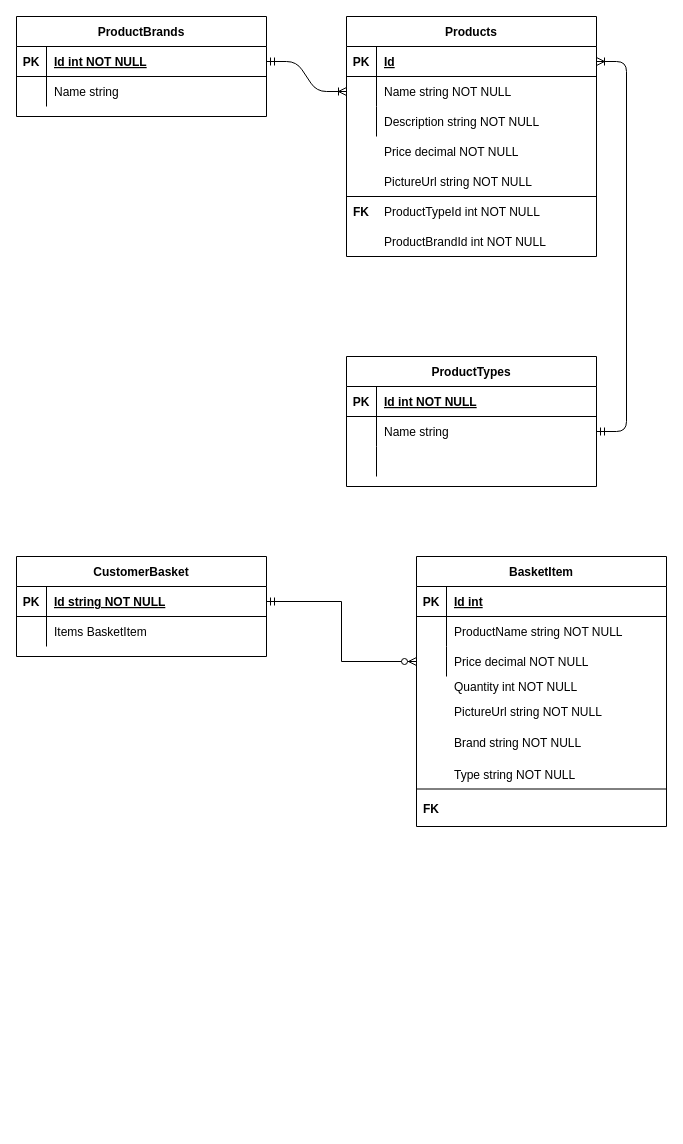
This is ERD.drawio from ngzk999/skinet, a draw.io file, before an edit. Source tidied: cells renumbered, new cells numbered last; positions are measured from the earlier drawing's top-left corner, leaving out a move shared by most shapes. Both pictures are drawn from the tidied source at 100%, with x=0, y=0 at pixel (16, 16).
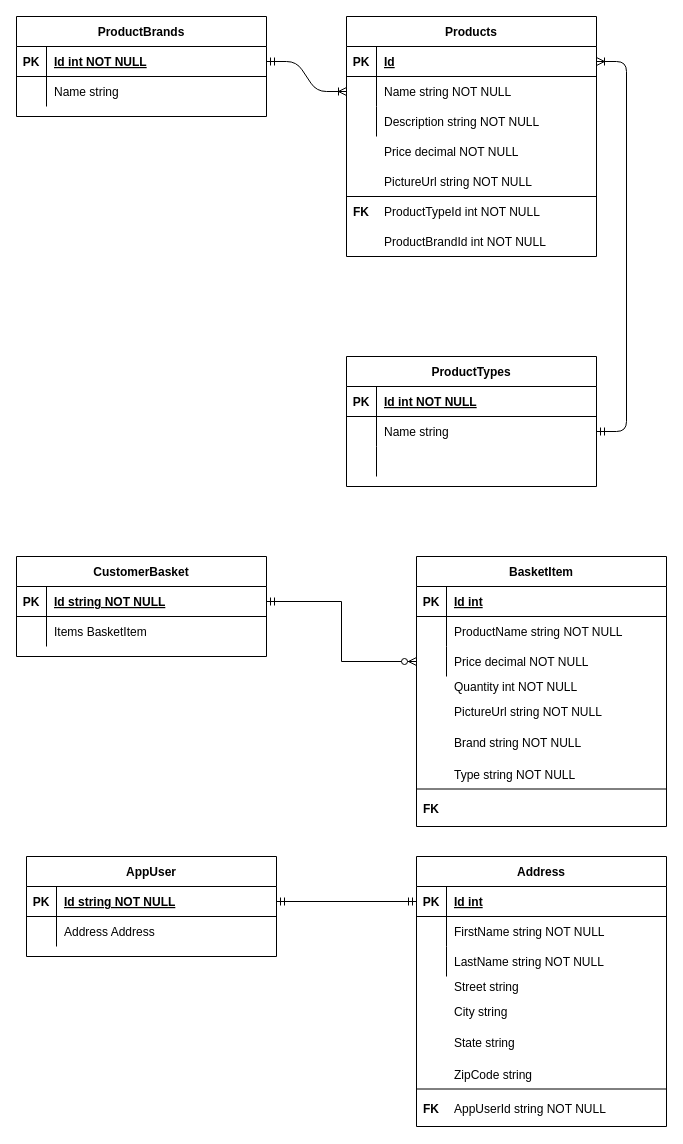
The same diagram, later.

Diff of the diagram source:
```diff
@@
+    <mxCell id="64" value="AppUser" style="shape=table;startSize=30;childLayout=tableLayout;rowLines=0;fontStyle=1;align=center;" parent="1" vertex="1">
+      <mxGeometry x="10" y="840" width="250" height="100" as="geometry" />
+    </mxCell>
+    <mxCell id="65" style="shape=partialRectangle;fillColor=none;points=[[0,0.5],[1,0.5]];portConstraint=eastwest;top=0;left=0;right=0;bottom=1;" parent="64" vertex="1">
+      <mxGeometry y="30" width="250" height="30" as="geometry" />
+    </mxCell>
+    <mxCell id="66" value="PK" style="shape=partialRectangle;overflow=hidden;fillColor=none;top=0;left=0;bottom=0;right=0;fontStyle=1;" parent="65" vertex="1">
+      <mxGeometry width="30" height="30" as="geometry" />
+    </mxCell>
+    <mxCell id="67" value="Id string NOT NULL" style="shape=partialRectangle;overflow=hidden;fillColor=none;top=0;left=0;bottom=0;right=0;align=left;spacingLeft=6;fontStyle=5;" parent="65" vertex="1">
+      <mxGeometry x="30" width="220" height="30" as="geometry" />
+    </mxCell>
+    <mxCell id="68" style="shape=partialRectangle;fillColor=none;top=0;left=0;right=0;bottom=0;" parent="64" vertex="1">
+      <mxGeometry y="60" width="250" height="30" as="geometry" />
+    </mxCell>
+    <mxCell id="69" style="shape=partialRectangle;overflow=hidden;fillColor=none;top=0;left=0;bottom=0;right=0;" parent="68" vertex="1">
+      <mxGeometry width="30" height="30" as="geometry" />
+    </mxCell>
+    <mxCell id="70" value="Address Address" style="shape=partialRectangle;overflow=hidden;fillColor=none;top=0;left=0;bottom=0;right=0;align=left;spacingLeft=6;" parent="68" vertex="1">
+      <mxGeometry x="30" width="220" height="30" as="geometry" />
+    </mxCell>
+    <mxCell id="71" style="group;" parent="1" vertex="1">
+      <mxGeometry x="400" y="840" width="250" height="271.2" as="geometry" />
+    </mxCell>
+    <mxCell id="72" value="Address" style="shape=table;startSize=30;childLayout=tableLayout;rowLines=0;fontStyle=1;align=center;" parent="71" vertex="1">
+      <mxGeometry width="250" height="270" as="geometry" />
+    </mxCell>
+    <mxCell id="73" style="shape=partialRectangle;fillColor=none;points=[[0,0.5],[1,0.5]];portConstraint=eastwest;top=0;left=0;right=0;bottom=1;" parent="72" vertex="1">
+      <mxGeometry y="30" width="250" height="30" as="geometry" />
+    </mxCell>
+    <mxCell id="74" value="PK" style="shape=partialRectangle;overflow=hidden;fillColor=none;top=0;left=0;bottom=0;right=0;fontStyle=1;" parent="73" vertex="1">
+      <mxGeometry width="30" height="30" as="geometry" />
+    </mxCell>
+    <mxCell id="75" value="Id int" style="shape=partialRectangle;overflow=hidden;fillColor=none;top=0;left=0;bottom=0;right=0;align=left;spacingLeft=6;fontStyle=5;" parent="73" vertex="1">
+      <mxGeometry x="30" width="220" height="30" as="geometry" />
+    </mxCell>
+    <mxCell id="76" style="shape=partialRectangle;fillColor=none;top=0;left=0;right=0;bottom=0;" parent="72" vertex="1">
+      <mxGeometry y="60" width="250" height="30" as="geometry" />
+    </mxCell>
+    <mxCell id="77" style="shape=partialRectangle;overflow=hidden;fillColor=none;top=0;left=0;bottom=0;right=0;" parent="76" vertex="1">
+      <mxGeometry width="30" height="30" as="geometry" />
+    </mxCell>
+    <mxCell id="78" value="FirstName string NOT NULL" style="shape=partialRectangle;overflow=hidden;fillColor=none;top=0;left=0;bottom=0;right=0;align=left;spacingLeft=6;" parent="76" vertex="1">
+      <mxGeometry x="30" width="220" height="30" as="geometry" />
+    </mxCell>
+    <mxCell id="79" style="shape=partialRectangle;fillColor=none;top=0;left=0;right=0;bottom=0;" parent="72" vertex="1">
+      <mxGeometry y="90" width="250" height="30" as="geometry" />
+    </mxCell>
+    <mxCell id="80" style="shape=partialRectangle;overflow=hidden;fillColor=none;top=0;left=0;bottom=0;right=0;" parent="79" vertex="1">
+      <mxGeometry width="30" height="30" as="geometry" />
+    </mxCell>
+    <mxCell id="81" value="LastName string NOT NULL" style="shape=partialRectangle;overflow=hidden;fillColor=none;top=0;left=0;bottom=0;right=0;align=left;spacingLeft=6;" parent="79" vertex="1">
+      <mxGeometry x="30" width="220" height="30" as="geometry" />
+    </mxCell>
+    <mxCell id="82" value="Street string" style="shape=partialRectangle;overflow=hidden;fillColor=none;top=0;left=0;bottom=0;right=0;align=left;spacingLeft=6;" parent="71" vertex="1">
+      <mxGeometry x="30" y="110.9" width="220" height="38.8" as="geometry" />
+    </mxCell>
+    <mxCell id="83" value="City string" style="shape=partialRectangle;overflow=hidden;fillColor=none;top=0;left=0;bottom=0;right=0;align=left;spacingLeft=6;" parent="71" vertex="1">
+      <mxGeometry x="30" y="135.6" width="220" height="38.8" as="geometry" />
+    </mxCell>
+    <mxCell id="84" value="AppUserId string NOT NULL" style="shape=partialRectangle;overflow=hidden;fillColor=none;top=0;left=0;bottom=0;right=0;align=left;spacingLeft=6;" parent="71" vertex="1">
+      <mxGeometry x="30" y="232.5" width="220" height="38.8" as="geometry" />
+    </mxCell>
+    <mxCell id="85" value="FK" style="shape=partialRectangle;overflow=hidden;fillColor=none;top=0;left=0;bottom=0;right=0;fontStyle=1;" parent="71" vertex="1">
+      <mxGeometry y="232.5" width="30" height="38.8" as="geometry" />
+    </mxCell>
+    <mxCell id="86" style="endArrow=none;html=1;" parent="71" edge="1">
+      <mxGeometry as="geometry">
+        <mxPoint y="232.5" as="sourcePoint" />
+        <mxPoint x="250" y="232.5" as="targetPoint" />
+      </mxGeometry>
+    </mxCell>
+    <mxCell id="87" value="State string" style="shape=partialRectangle;overflow=hidden;fillColor=none;top=0;left=0;bottom=0;right=0;align=left;spacingLeft=6;" parent="71" vertex="1">
+      <mxGeometry x="30" y="170.4" width="220" height="32.1" as="geometry" />
+    </mxCell>
+    <mxCell id="88" value="ZipCode string" style="shape=partialRectangle;overflow=hidden;fillColor=none;top=0;left=0;bottom=0;right=0;align=left;spacingLeft=6;" parent="71" vertex="1">
+      <mxGeometry x="30" y="202.5" width="220" height="30" as="geometry" />
+    </mxCell>
+    <mxCell id="89" style="edgeStyle=orthogonalEdgeStyle;rounded=0;jettySize=auto;html=1;exitX=1;exitY=0.5;exitDx=0;exitDy=0;entryX=0;entryY=0.5;entryDx=0;entryDy=0;endArrow=ERmandOne;endFill=0;startArrow=ERmandOne;startFill=0;" parent="1" edge="1" source="65" target="73">
+      <mxGeometry relative="1" as="geometry" />
+    </mxCell>
```
